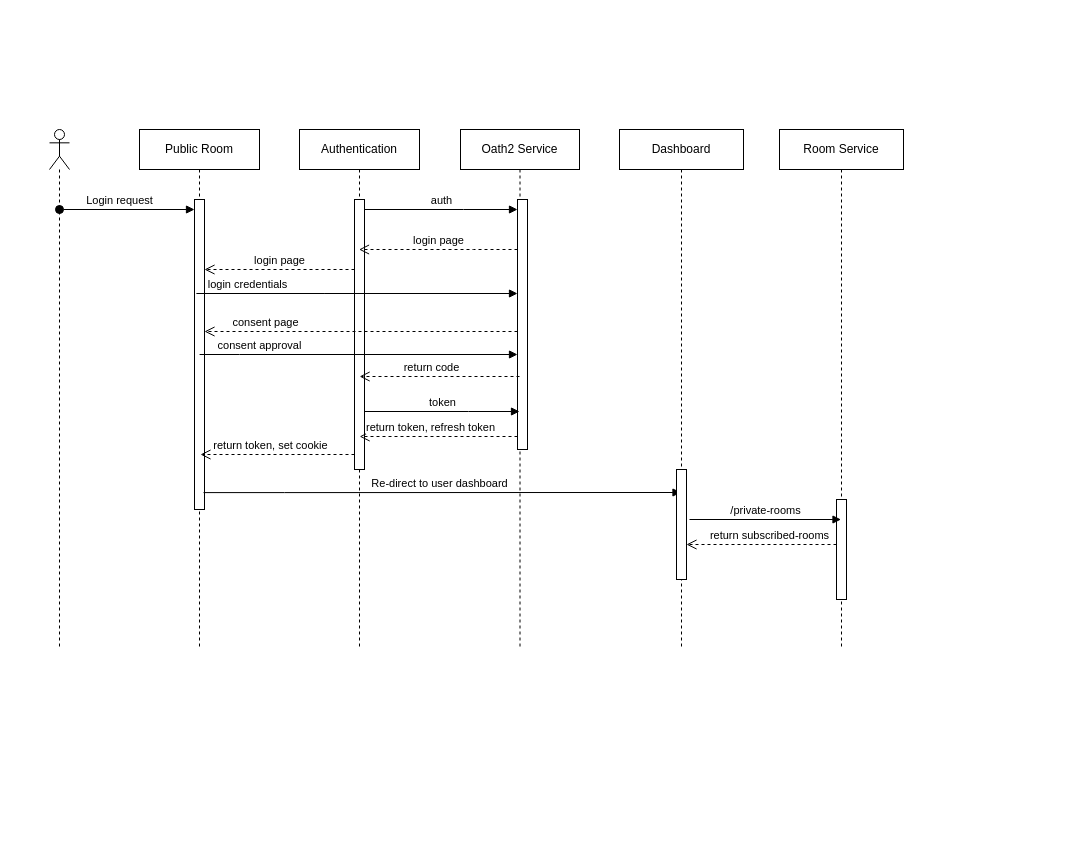
akshayvijaynair/music-academy-docs keeps this draw.io diagram as docs/assets/Sequence Diagram.drawio. Above is the earlier version. Source tidied: cells renumbered, new cells numbered last; positions are measured from the earlier drawing's top-left corner, leaving out a move shared by most shapes. Both pictures are drawn from the tidied source at 100%, with x=0, y=0 at pixel (49, 129).
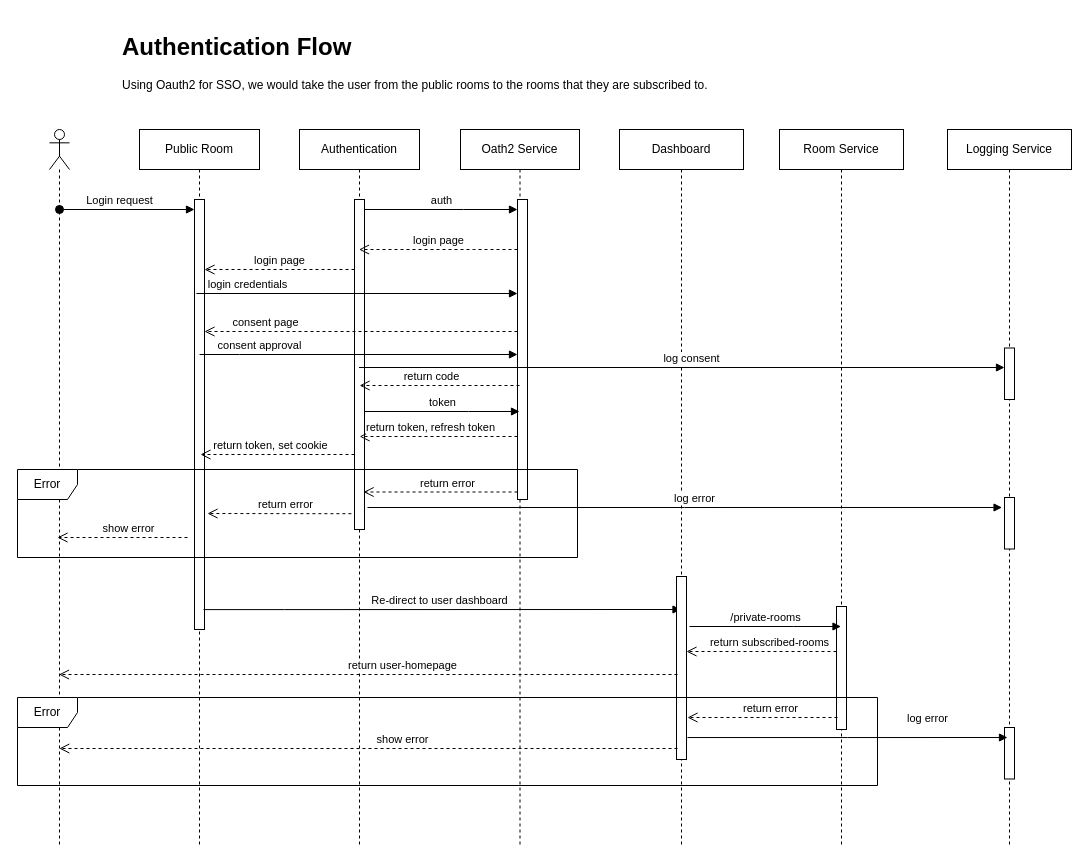
Above is the later version.

Commit message:
feat(SequenceDiagrams): added Error and Logging to login flow

What changed in the source:
```diff
@@
     <mxCell id="2" value="Public Room" style="shape=umlLifeline;perimeter=lifelinePerimeter;whiteSpace=wrap;html=1;newEdgeStyle={&quot;edgeStyle&quot;:&quot;elbowEdgeStyle&quot;,&quot;elbow&quot;:&quot;vertical&quot;,&quot;curved&quot;:0,&quot;rounded&quot;:0};" parent="1" vertex="1">
-      <mxGeometry x="90" width="120" height="520" as="geometry" />
+      <mxGeometry x="90" width="120" height="718" as="geometry" />
     </mxCell>
     <mxCell id="3" style="html=1;points=[];perimeter=orthogonalPerimeter;outlineConnect=0;targetShapes=umlLifeline;portConstraint=eastwest;newEdgeStyle={&quot;edgeStyle&quot;:&quot;elbowEdgeStyle&quot;,&quot;elbow&quot;:&quot;vertical&quot;,&quot;curved&quot;:0,&quot;rounded&quot;:0};" parent="2" vertex="1">
-      <mxGeometry x="55" y="70" width="10" height="310" as="geometry" />
+      <mxGeometry x="55" y="70" width="10" height="430" as="geometry" />
     </mxCell>
     <mxCell id="4" value="Authentication" style="shape=umlLifeline;perimeter=lifelinePerimeter;whiteSpace=wrap;html=1;outlineConnect=0;portConstraint=eastwest;newEdgeStyle={&quot;edgeStyle&quot;:&quot;elbowEdgeStyle&quot;,&quot;elbow&quot;:&quot;vertical&quot;,&quot;curved&quot;:0,&quot;rounded&quot;:0};" parent="1" vertex="1">
-      <mxGeometry x="250" width="120" height="520" as="geometry" />
+      <mxGeometry x="250" width="120" height="718" as="geometry" />
     </mxCell>
     <mxCell id="5" style="html=1;points=[];perimeter=orthogonalPerimeter;outlineConnect=0;targetShapes=umlLifeline;portConstraint=eastwest;newEdgeStyle={&quot;edgeStyle&quot;:&quot;elbowEdgeStyle&quot;,&quot;elbow&quot;:&quot;vertical&quot;,&quot;curved&quot;:0,&quot;rounded&quot;:0};" parent="4" vertex="1">
-      <mxGeometry x="55" y="70" width="10" height="270" as="geometry" />
+      <mxGeometry x="55" y="70" width="10" height="330" as="geometry" />
     </mxCell>
@@
     <mxCell id="8" value="Oath2 Service" style="shape=umlLifeline;perimeter=lifelinePerimeter;whiteSpace=wrap;html=1;newEdgeStyle={&quot;edgeStyle&quot;:&quot;elbowEdgeStyle&quot;,&quot;elbow&quot;:&quot;vertical&quot;,&quot;curved&quot;:0,&quot;rounded&quot;:0};" parent="1" vertex="1">
-      <mxGeometry x="411" width="119" height="520" as="geometry" />
+      <mxGeometry x="411" width="119" height="718" as="geometry" />
     </mxCell>
     <mxCell id="9" style="html=1;points=[];perimeter=orthogonalPerimeter;outlineConnect=0;targetShapes=umlLifeline;portConstraint=eastwest;newEdgeStyle={&quot;edgeStyle&quot;:&quot;elbowEdgeStyle&quot;,&quot;elbow&quot;:&quot;vertical&quot;,&quot;curved&quot;:0,&quot;rounded&quot;:0};" parent="8" vertex="1">
-      <mxGeometry x="57" y="70" width="10" height="250" as="geometry" />
+      <mxGeometry x="57" y="70" width="10" height="300" as="geometry" />
     </mxCell>
     <mxCell id="10" style="shape=umlLifeline;perimeter=lifelinePerimeter;whiteSpace=wrap;html=1;newEdgeStyle={&quot;curved&quot;:0,&quot;rounded&quot;:0};participant=umlActor;" parent="1" vertex="1">
-      <mxGeometry width="20" height="520" as="geometry" />
+      <mxGeometry width="20" height="718" as="geometry" />
     </mxCell>
@@
     <mxCell id="15" value="return code" style="html=1;verticalAlign=bottom;endArrow=open;dashed=1;endSize=8;edgeStyle=elbowEdgeStyle;elbow=horizontal;curved=0;rounded=0;" parent="1" edge="1">
       <mxGeometry x="0.11" relative="1" as="geometry">
-        <mxPoint x="470" y="247" as="sourcePoint" />
-        <mxPoint x="310.1" y="247" as="targetPoint" />
+        <mxPoint x="470" y="256" as="sourcePoint" />
+        <mxPoint x="310.1" y="256" as="targetPoint" />
         <Array as="points">
-          <mxPoint x="433.5" y="217" />
+          <mxPoint x="433.5" y="226" />
         </Array>
         <mxPoint x="1" as="offset" />
       </mxGeometry>
     </mxCell>
@@
     <mxCell id="17" value="Re-direct to user dashboard" style="html=1;verticalAlign=bottom;endArrow=block;edgeStyle=elbowEdgeStyle;elbow=horizontal;curved=0;rounded=0;exitX=0.9;exitY=0.848;exitDx=0;exitDy=0;exitPerimeter=0;" parent="1" edge="1">
       <mxGeometry x="-0.01" relative="1" as="geometry">
-        <mxPoint x="154" y="363.1" as="sourcePoint" />
-        <mxPoint x="631.5" y="363" as="targetPoint" />
+        <mxPoint x="154" y="480.1" as="sourcePoint" />
+        <mxPoint x="631.5" y="480" as="targetPoint" />
         <Array as="points">
-          <mxPoint x="235" y="363" />
+          <mxPoint x="235" y="480" />
         </Array>
       </mxGeometry>
     </mxCell>
@@
     <mxCell id="21" value="Dashboard" style="shape=umlLifeline;perimeter=lifelinePerimeter;whiteSpace=wrap;html=1;newEdgeStyle={&quot;edgeStyle&quot;:&quot;elbowEdgeStyle&quot;,&quot;elbow&quot;:&quot;vertical&quot;,&quot;curved&quot;:0,&quot;rounded&quot;:0};" parent="1" vertex="1">
-      <mxGeometry x="570" width="124" height="520" as="geometry" />
+      <mxGeometry x="570" width="124" height="718" as="geometry" />
     </mxCell>
     <mxCell id="22" style="html=1;points=[];perimeter=orthogonalPerimeter;outlineConnect=0;targetShapes=umlLifeline;portConstraint=eastwest;newEdgeStyle={&quot;edgeStyle&quot;:&quot;elbowEdgeStyle&quot;,&quot;elbow&quot;:&quot;vertical&quot;,&quot;curved&quot;:0,&quot;rounded&quot;:0};" parent="21" vertex="1">
-      <mxGeometry x="57" y="340" width="10" height="110" as="geometry" />
+      <mxGeometry x="57" y="447" width="10" height="183" as="geometry" />
     </mxCell>
     <mxCell id="23" value="Room Service" style="shape=umlLifeline;perimeter=lifelinePerimeter;whiteSpace=wrap;html=1;outlineConnect=0;portConstraint=eastwest;newEdgeStyle={&quot;edgeStyle&quot;:&quot;elbowEdgeStyle&quot;,&quot;elbow&quot;:&quot;vertical&quot;,&quot;curved&quot;:0,&quot;rounded&quot;:0};" parent="1" vertex="1">
-      <mxGeometry x="730" width="124" height="520" as="geometry" />
+      <mxGeometry x="730" width="124" height="718" as="geometry" />
     </mxCell>
     <mxCell id="24" style="html=1;perimeter=orthogonalPerimeter;targetShapes=umlLifeline;newEdgeStyle={&quot;edgeStyle&quot;:&quot;elbowEdgeStyle&quot;,&quot;elbow&quot;:&quot;vertical&quot;,&quot;curved&quot;:0,&quot;rounded&quot;:0};" parent="23" vertex="1">
-      <mxGeometry x="57" y="370" width="10" height="100" as="geometry" />
+      <mxGeometry x="57" y="477" width="10" height="123" as="geometry" />
     </mxCell>
-    <mxCell id="25" value="/private-rooms" style="html=1;verticalAlign=bottom;endArrow=block;edgeStyle=elbowEdgeStyle;elbow=horizontal;curved=0;rounded=0;" parent="1" edge="1" target="23">
+    <mxCell id="25" value="/private-rooms" style="html=1;verticalAlign=bottom;endArrow=block;edgeStyle=elbowEdgeStyle;elbow=horizontal;curved=0;rounded=0;" parent="1" edge="1">
       <mxGeometry relative="1" as="geometry">
-        <mxPoint x="640" y="390" as="sourcePoint" />
+        <mxPoint x="640" y="497" as="sourcePoint" />
+        <mxPoint x="791.5" y="497" as="targetPoint" />
         <Array as="points">
-          <mxPoint x="744" y="420" />
+          <mxPoint x="744" y="527" />
         </Array>
       </mxGeometry>
     </mxCell>
     <mxCell id="26" value="return subscribed-rooms" style="html=1;verticalAlign=bottom;endArrow=open;dashed=1;endSize=8;edgeStyle=elbowEdgeStyle;elbow=horizontal;curved=0;rounded=0;" parent="1" edge="1">
       <mxGeometry x="-0.11" relative="1" as="geometry">
-        <mxPoint x="787" y="415" as="sourcePoint" />
-        <mxPoint x="637" y="415" as="targetPoint" />
+        <mxPoint x="787" y="522" as="sourcePoint" />
+        <mxPoint x="637" y="522" as="targetPoint" />
         <Array as="points">
-          <mxPoint x="765.4" y="415" />
+          <mxPoint x="765.4" y="522" />
         </Array>
       </mxGeometry>
     </mxCell>
+    <mxCell id="27" value="&lt;h1&gt;Authentication Flow&lt;br&gt;&lt;/h1&gt;&lt;div&gt;Using Oauth2 for SSO, we would take the user from the public rooms to the rooms that they are subscribed to.&lt;/div&gt;" style="text;html=1;strokeColor=none;fillColor=none;spacing=5;spacingTop=-20;whiteSpace=wrap;overflow=hidden;rounded=0;" parent="1" vertex="1">
+      <mxGeometry x="68" y="-102" width="720" height="80" as="geometry" />
+    </mxCell>
+    <mxCell id="28" value="return user-homepage" style="html=1;verticalAlign=bottom;endArrow=open;dashed=1;endSize=8;edgeStyle=elbowEdgeStyle;elbow=horizontal;curved=0;rounded=0;" parent="1" edge="1">
+      <mxGeometry x="-0.11" relative="1" as="geometry">
+        <mxPoint x="628" y="545" as="sourcePoint" />
+        <mxPoint x="9.5" y="545" as="targetPoint" />
+        <Array as="points">
+          <mxPoint x="606.4" y="545" />
+        </Array>
+      </mxGeometry>
+    </mxCell>
+    <mxCell id="29" value="Error" style="shape=umlFrame;whiteSpace=wrap;html=1;" parent="1" vertex="1">
+      <mxGeometry x="-32" y="340" width="560" height="88" as="geometry" />
+    </mxCell>
+    <mxCell id="30" value="return error" style="html=1;verticalAlign=bottom;endArrow=open;dashed=1;endSize=8;edgeStyle=elbowEdgeStyle;elbow=horizontal;curved=0;rounded=0;" parent="1" edge="1" source="9">
+      <mxGeometry x="-0.09" relative="1" as="geometry">
+        <mxPoint x="314.1" y="362.5" as="targetPoint" />
+        <Array as="points">
+          <mxPoint x="439.5" y="362.5" />
+        </Array>
+      </mxGeometry>
+    </mxCell>
+    <mxCell id="31" value="return error" style="html=1;verticalAlign=bottom;endArrow=open;dashed=1;endSize=8;edgeStyle=elbowEdgeStyle;elbow=horizontal;curved=0;rounded=0;" parent="1" edge="1">
+      <mxGeometry x="-0.09" relative="1" as="geometry">
+        <mxPoint x="301.9" y="384.2" as="sourcePoint" />
+        <mxPoint x="158" y="384" as="targetPoint" />
+        <Array as="points">
+          <mxPoint x="273.4" y="383.7" />
+        </Array>
+      </mxGeometry>
+    </mxCell>
+    <mxCell id="32" value="show error" style="html=1;verticalAlign=bottom;endArrow=open;dashed=1;endSize=8;edgeStyle=elbowEdgeStyle;elbow=horizontal;curved=0;rounded=0;" parent="1" edge="1">
+      <mxGeometry x="-0.09" relative="1" as="geometry">
+        <mxPoint x="138" y="408" as="sourcePoint" />
+        <mxPoint x="8" y="408" as="targetPoint" />
+        <Array as="points">
+          <mxPoint x="123.4" y="407.7" />
+        </Array>
+      </mxGeometry>
+    </mxCell>
+    <mxCell id="33" value="Error" style="shape=umlFrame;whiteSpace=wrap;html=1;" parent="1" vertex="1">
+      <mxGeometry x="-32" y="568" width="860" height="88" as="geometry" />
+    </mxCell>
+    <mxCell id="34" value="return error" style="html=1;verticalAlign=bottom;endArrow=open;dashed=1;endSize=8;edgeStyle=elbowEdgeStyle;elbow=horizontal;curved=0;rounded=0;" parent="1" edge="1">
+      <mxGeometry x="-0.11" relative="1" as="geometry">
+        <mxPoint x="788" y="588" as="sourcePoint" />
+        <mxPoint x="638" y="588" as="targetPoint" />
+        <Array as="points">
+          <mxPoint x="766.4" y="588" />
+        </Array>
+      </mxGeometry>
+    </mxCell>
+    <mxCell id="35" value="show error" style="html=1;verticalAlign=bottom;endArrow=open;dashed=1;endSize=8;edgeStyle=elbowEdgeStyle;elbow=horizontal;curved=0;rounded=0;" parent="1" edge="1">
+      <mxGeometry x="-0.11" relative="1" as="geometry">
+        <mxPoint x="628" y="619" as="sourcePoint" />
+        <mxPoint x="9.8" y="619" as="targetPoint" />
+        <Array as="points">
+          <mxPoint x="606.4" y="619" />
+        </Array>
+      </mxGeometry>
+    </mxCell>
+    <mxCell id="36" value="Logging Service" style="shape=umlLifeline;perimeter=lifelinePerimeter;whiteSpace=wrap;html=1;outlineConnect=0;portConstraint=eastwest;newEdgeStyle={&quot;edgeStyle&quot;:&quot;elbowEdgeStyle&quot;,&quot;elbow&quot;:&quot;vertical&quot;,&quot;curved&quot;:0,&quot;rounded&quot;:0};" parent="1" vertex="1">
+      <mxGeometry x="898" width="124" height="718" as="geometry" />
+    </mxCell>
+    <mxCell id="37" style="edgeStyle=elbowEdgeStyle;rounded=0;jettySize=auto;html=1;elbow=vertical;curved=0;" parent="36" edge="1" source="38" target="36">
+      <mxGeometry relative="1" as="geometry" />
+    </mxCell>
+    <mxCell id="38" style="html=1;points=[];perimeter=orthogonalPerimeter;outlineConnect=0;targetShapes=umlLifeline;portConstraint=eastwest;newEdgeStyle={&quot;edgeStyle&quot;:&quot;elbowEdgeStyle&quot;,&quot;elbow&quot;:&quot;vertical&quot;,&quot;curved&quot;:0,&quot;rounded&quot;:0};" parent="36" vertex="1">
+      <mxGeometry x="57" y="218.5" width="10" height="51.5" as="geometry" />
+    </mxCell>
+    <mxCell id="39" style="html=1;points=[];perimeter=orthogonalPerimeter;outlineConnect=0;targetShapes=umlLifeline;portConstraint=eastwest;newEdgeStyle={&quot;edgeStyle&quot;:&quot;elbowEdgeStyle&quot;,&quot;elbow&quot;:&quot;vertical&quot;,&quot;curved&quot;:0,&quot;rounded&quot;:0};" parent="36" vertex="1">
+      <mxGeometry x="57" y="368" width="10" height="51.5" as="geometry" />
+    </mxCell>
+    <mxCell id="40" style="html=1;perimeter=orthogonalPerimeter;targetShapes=umlLifeline;newEdgeStyle={&quot;edgeStyle&quot;:&quot;elbowEdgeStyle&quot;,&quot;elbow&quot;:&quot;vertical&quot;,&quot;curved&quot;:0,&quot;rounded&quot;:0};" parent="36" vertex="1">
+      <mxGeometry x="57" y="598" width="10" height="51.5" as="geometry" />
+    </mxCell>
+    <mxCell id="41" value="log consent" style="html=1;verticalAlign=bottom;endArrow=block;edgeStyle=elbowEdgeStyle;elbow=horizontal;curved=0;rounded=0;" parent="1" edge="1" source="4" target="38">
+      <mxGeometry x="0.03" relative="1" as="geometry">
+        <Array as="points">
+          <mxPoint x="953" y="238" />
+        </Array>
+      </mxGeometry>
+    </mxCell>
+    <mxCell id="42" value="log error" style="html=1;verticalAlign=bottom;endArrow=block;edgeStyle=elbowEdgeStyle;elbow=horizontal;curved=0;rounded=0;entryX=-0.243;entryY=0.194;entryDx=0;entryDy=0;entryPerimeter=0;" parent="1" edge="1" target="39">
+      <mxGeometry x="0.03" relative="1" as="geometry">
+        <mxPoint x="318" y="378" as="sourcePoint" />
+      </mxGeometry>
+    </mxCell>
+    <mxCell id="43" value="log error" style="html=1;verticalAlign=bottom;endArrow=block;edgeStyle=elbowEdgeStyle;elbow=horizontal;curved=0;rounded=0;exitX=1.1;exitY=0.88;exitDx=0;exitDy=0;exitPerimeter=0;" parent="1" edge="1" source="22">
+      <mxGeometry x="0.5" y="10" relative="1" as="geometry">
+        <mxPoint x="958" y="608" as="targetPoint" />
+      </mxGeometry>
+    </mxCell>
```
